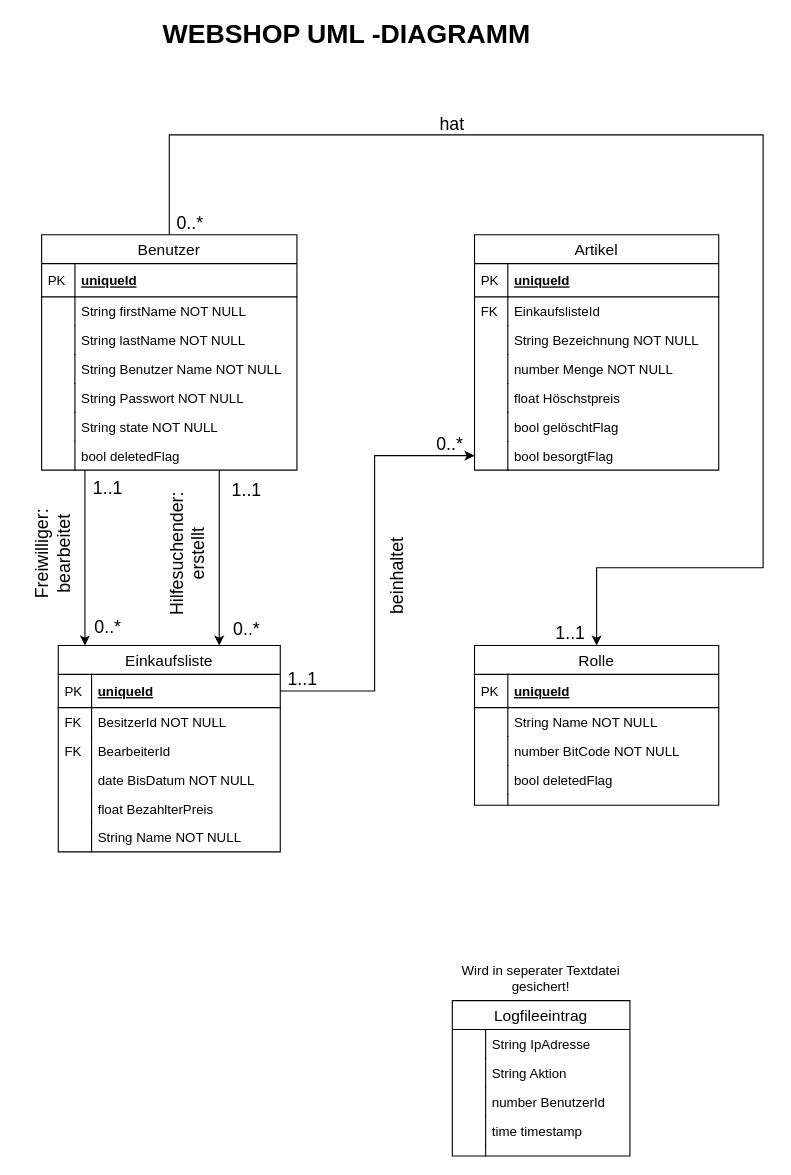
Earlier version of the draw.io diagram doc/UML-Diagramm SCRWebshop.drawio (gotome/webshop). Source tidied: cells renumbered, new cells numbered last; positions are measured from the earlier drawing's top-left corner, leaving out a move shared by most shapes. Both pictures are drawn from the tidied source at 111%, with x=0, y=0 at pixel (19, 23).
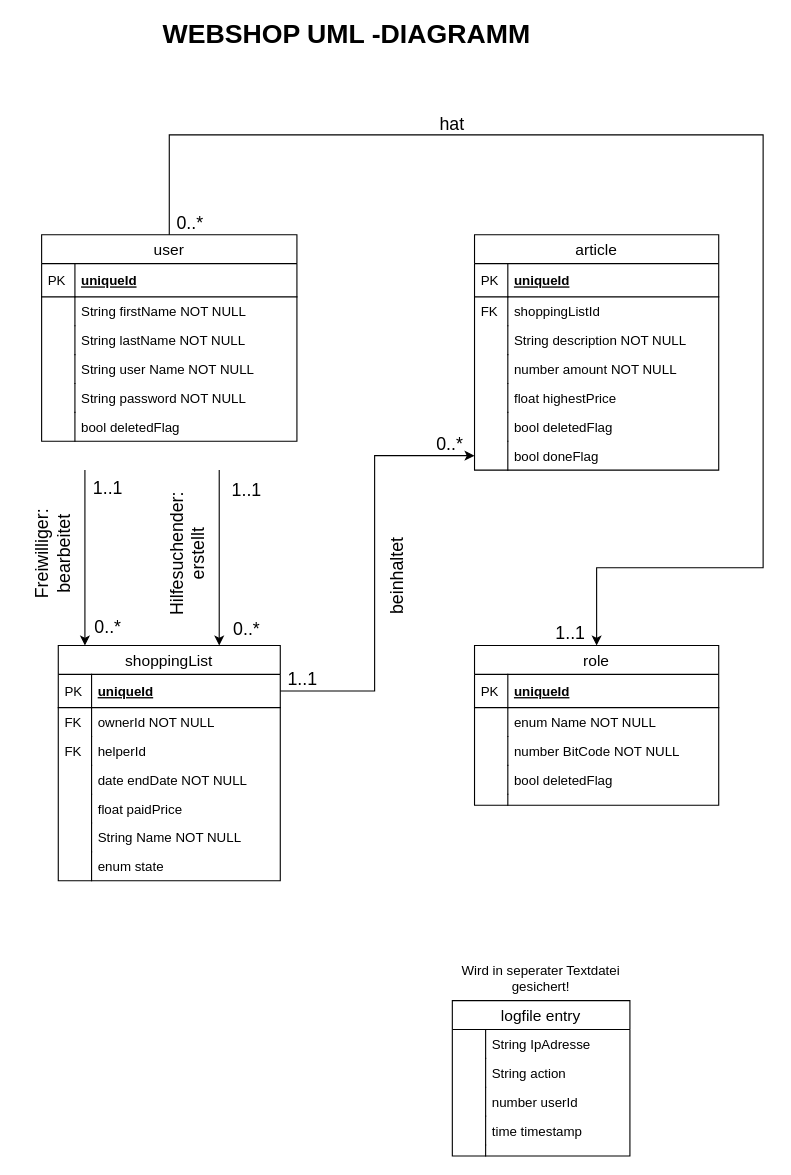
Above is the later version.

What changed in the source:
```diff
@@
-    <mxCell id="4" value="Logfileeintrag" style="swimlane;fontStyle=0;horizontal=1;startSize=26;align=center;fontSize=14;" parent="1" vertex="1">
+    <mxCell id="4" value="logfile entry" style="swimlane;fontStyle=0;horizontal=1;startSize=26;align=center;fontSize=14;" parent="1" vertex="1">
       <mxGeometry x="390" y="880" width="160" height="140" as="geometry" />
     </mxCell>
@@
-    <mxCell id="7" value="String Aktion" style="shape=partialRectangle;top=0;left=0;right=0;bottom=0;align=left;verticalAlign=top;fillColor=none;spacingLeft=34;spacingRight=4;overflow=hidden;fontSize=12;" parent="4" vertex="1">
+    <mxCell id="7" value="String action" style="shape=partialRectangle;top=0;left=0;right=0;bottom=0;align=left;verticalAlign=top;fillColor=none;spacingLeft=34;spacingRight=4;overflow=hidden;fontSize=12;" parent="4" vertex="1">
       <mxGeometry y="52" width="160" height="26" as="geometry" />
     </mxCell>
@@
-    <mxCell id="9" value="number BenutzerId" style="shape=partialRectangle;top=0;left=0;right=0;bottom=0;align=left;verticalAlign=top;fillColor=none;spacingLeft=34;spacingRight=4;overflow=hidden;fontSize=12;" parent="4" vertex="1">
+    <mxCell id="9" value="number userId" style="shape=partialRectangle;top=0;left=0;right=0;bottom=0;align=left;verticalAlign=top;fillColor=none;spacingLeft=34;spacingRight=4;overflow=hidden;fontSize=12;" parent="4" vertex="1">
       <mxGeometry y="78" width="160" height="26" as="geometry" />
     </mxCell>
@@
-    <mxCell id="15" value="Benutzer" style="swimlane;fontStyle=0;horizontal=1;startSize=26;align=center;fontSize=14;" parent="1" vertex="1">
-      <mxGeometry x="20" y="190" width="230" height="212" as="geometry" />
+    <mxCell id="15" value="user" style="swimlane;fontStyle=0;horizontal=1;startSize=26;align=center;fontSize=14;" parent="1" vertex="1">
+      <mxGeometry x="20" y="190" width="230" height="186" as="geometry" />
     </mxCell>
@@
-    <mxCell id="22" value="String Benutzer Name NOT NULL" style="shape=partialRectangle;top=0;left=0;right=0;bottom=0;align=left;verticalAlign=top;fillColor=none;spacingLeft=34;spacingRight=4;overflow=hidden;fontSize=12;" parent="15" vertex="1">
+    <mxCell id="22" value="String user Name NOT NULL" style="shape=partialRectangle;top=0;left=0;right=0;bottom=0;align=left;verticalAlign=top;fillColor=none;spacingLeft=34;spacingRight=4;overflow=hidden;fontSize=12;" parent="15" vertex="1">
       <mxGeometry y="108" width="230" height="26" as="geometry" />
     </mxCell>
@@
-    <mxCell id="24" value="String Passwort NOT NULL" style="shape=partialRectangle;top=0;left=0;right=0;bottom=0;align=left;verticalAlign=top;fillColor=none;spacingLeft=34;spacingRight=4;overflow=hidden;fontSize=12;" parent="15" vertex="1">
+    <mxCell id="24" value="String password NOT NULL" style="shape=partialRectangle;top=0;left=0;right=0;bottom=0;align=left;verticalAlign=top;fillColor=none;spacingLeft=34;spacingRight=4;overflow=hidden;fontSize=12;" parent="15" vertex="1">
       <mxGeometry y="134" width="230" height="26" as="geometry" />
     </mxCell>
@@
-    <mxCell id="26" value="String state NOT NULL" style="shape=partialRectangle;top=0;left=0;right=0;bottom=0;align=left;verticalAlign=top;fillColor=none;spacingLeft=34;spacingRight=4;overflow=hidden;fontSize=12;" parent="15" vertex="1">
-      <mxGeometry y="160" width="230" height="26" as="geometry" />
-    </mxCell>
-    <mxCell id="27" style="shape=partialRectangle;top=0;left=0;bottom=0;fillColor=none;align=left;verticalAlign=top;spacingLeft=4;spacingRight=4;overflow=hidden;fontSize=12;" parent="26" vertex="1">
-      <mxGeometry width="30" height="26" as="geometry" />
-    </mxCell>
     <mxCell id="28" value="bool deletedFlag" style="shape=partialRectangle;top=0;left=0;right=0;bottom=0;align=left;verticalAlign=top;fillColor=none;spacingLeft=34;spacingRight=4;overflow=hidden;fontSize=12;" parent="15" vertex="1">
-      <mxGeometry y="186" width="230" height="26" as="geometry" />
+      <mxGeometry y="160" width="230" height="26" as="geometry" />
     </mxCell>
@@
-    <mxCell id="30" value="Artikel" style="swimlane;fontStyle=0;horizontal=1;startSize=26;align=center;fontSize=14;" parent="1" vertex="1">
+    <mxCell id="30" value="article" style="swimlane;fontStyle=0;horizontal=1;startSize=26;align=center;fontSize=14;" parent="1" vertex="1">
       <mxGeometry x="410" y="190" width="220" height="212" as="geometry" />
     </mxCell>
@@
-    <mxCell id="33" value="EinkaufslisteId" style="shape=partialRectangle;top=0;left=0;right=0;bottom=0;align=left;verticalAlign=top;fillColor=none;spacingLeft=34;spacingRight=4;overflow=hidden;fontSize=12;" parent="30" vertex="1">
+    <mxCell id="33" value="shoppingListId" style="shape=partialRectangle;top=0;left=0;right=0;bottom=0;align=left;verticalAlign=top;fillColor=none;spacingLeft=34;spacingRight=4;overflow=hidden;fontSize=12;" parent="30" vertex="1">
       <mxGeometry y="56" width="220" height="26" as="geometry" />
     </mxCell>
@@
-    <mxCell id="35" value="String Bezeichnung NOT NULL" style="shape=partialRectangle;top=0;left=0;right=0;bottom=0;align=left;verticalAlign=top;fillColor=none;spacingLeft=34;spacingRight=4;overflow=hidden;fontSize=12;" parent="30" vertex="1">
+    <mxCell id="35" value="String description NOT NULL" style="shape=partialRectangle;top=0;left=0;right=0;bottom=0;align=left;verticalAlign=top;fillColor=none;spacingLeft=34;spacingRight=4;overflow=hidden;fontSize=12;" parent="30" vertex="1">
       <mxGeometry y="82" width="220" height="26" as="geometry" />
     </mxCell>
@@
-    <mxCell id="37" value="number Menge NOT NULL" style="shape=partialRectangle;top=0;left=0;right=0;bottom=0;align=left;verticalAlign=top;fillColor=none;spacingLeft=34;spacingRight=4;overflow=hidden;fontSize=12;" parent="30" vertex="1">
+    <mxCell id="37" value="number amount NOT NULL" style="shape=partialRectangle;top=0;left=0;right=0;bottom=0;align=left;verticalAlign=top;fillColor=none;spacingLeft=34;spacingRight=4;overflow=hidden;fontSize=12;" parent="30" vertex="1">
       <mxGeometry y="108" width="220" height="26" as="geometry" />
     </mxCell>
@@
-    <mxCell id="39" value="float Höschstpreis" style="shape=partialRectangle;top=0;left=0;right=0;bottom=0;align=left;verticalAlign=top;fillColor=none;spacingLeft=34;spacingRight=4;overflow=hidden;fontSize=12;" parent="30" vertex="1">
+    <mxCell id="39" value="float highestPrice" style="shape=partialRectangle;top=0;left=0;right=0;bottom=0;align=left;verticalAlign=top;fillColor=none;spacingLeft=34;spacingRight=4;overflow=hidden;fontSize=12;" parent="30" vertex="1">
       <mxGeometry y="134" width="220" height="26" as="geometry" />
     </mxCell>
@@
-    <mxCell id="41" value="bool gelöschtFlag" style="shape=partialRectangle;top=0;left=0;right=0;bottom=0;align=left;verticalAlign=top;fillColor=none;spacingLeft=34;spacingRight=4;overflow=hidden;fontSize=12;" parent="30" vertex="1">
+    <mxCell id="41" value="bool deletedFlag" style="shape=partialRectangle;top=0;left=0;right=0;bottom=0;align=left;verticalAlign=top;fillColor=none;spacingLeft=34;spacingRight=4;overflow=hidden;fontSize=12;" parent="30" vertex="1">
       <mxGeometry y="160" width="220" height="26" as="geometry" />
     </mxCell>
@@
-    <mxCell id="43" value="bool besorgtFlag" style="shape=partialRectangle;top=0;left=0;right=0;bottom=0;align=left;verticalAlign=top;fillColor=none;spacingLeft=34;spacingRight=4;overflow=hidden;points=[[0,0.5],[1,0.5]];portConstraint=eastwest;fontSize=12;" parent="30" vertex="1">
+    <mxCell id="43" value="bool doneFlag" style="shape=partialRectangle;top=0;left=0;right=0;bottom=0;align=left;verticalAlign=top;fillColor=none;spacingLeft=34;spacingRight=4;overflow=hidden;points=[[0,0.5],[1,0.5]];portConstraint=eastwest;fontSize=12;" parent="30" vertex="1">
       <mxGeometry y="186" width="220" height="26" as="geometry" />
     </mxCell>
@@
-    <mxCell id="45" value="Rolle" style="swimlane;fontStyle=0;horizontal=1;startSize=26;align=center;fontSize=14;" parent="1" vertex="1">
+    <mxCell id="45" value="role" style="swimlane;fontStyle=0;horizontal=1;startSize=26;align=center;fontSize=14;" parent="1" vertex="1">
       <mxGeometry x="410" y="560" width="220" height="144" as="geometry" />
     </mxCell>
@@
-    <mxCell id="48" value="String Name NOT NULL " style="shape=partialRectangle;top=0;left=0;right=0;bottom=0;align=left;verticalAlign=top;fillColor=none;spacingLeft=34;spacingRight=4;overflow=hidden;fontSize=12;" parent="45" vertex="1">
+    <mxCell id="48" value="enum Name NOT NULL " style="shape=partialRectangle;top=0;left=0;right=0;bottom=0;align=left;verticalAlign=top;fillColor=none;spacingLeft=34;spacingRight=4;overflow=hidden;fontSize=12;" parent="45" vertex="1">
       <mxGeometry y="56" width="220" height="26" as="geometry" />
     </mxCell>
@@
-    <mxCell id="57" value="Einkaufsliste" style="swimlane;fontStyle=0;horizontal=1;startSize=26;align=center;fontSize=14;" parent="1" vertex="1">
-      <mxGeometry x="35" y="560" width="200" height="186" as="geometry" />
+    <mxCell id="57" value="shoppingList" style="swimlane;fontStyle=0;horizontal=1;startSize=26;align=center;fontSize=14;" parent="1" vertex="1">
+      <mxGeometry x="35" y="560" width="200" height="212" as="geometry" />
     </mxCell>
@@
-    <mxCell id="60" value="BesitzerId NOT NULL" style="shape=partialRectangle;top=0;left=0;right=0;bottom=0;align=left;verticalAlign=top;fillColor=none;spacingLeft=34;spacingRight=4;overflow=hidden;fontSize=12;" parent="57" vertex="1">
+    <mxCell id="60" value="ownerId NOT NULL" style="shape=partialRectangle;top=0;left=0;right=0;bottom=0;align=left;verticalAlign=top;fillColor=none;spacingLeft=34;spacingRight=4;overflow=hidden;fontSize=12;" parent="57" vertex="1">
       <mxGeometry y="56" width="200" height="26" as="geometry" />
     </mxCell>
@@
-    <mxCell id="62" value="BearbeiterId" style="shape=partialRectangle;top=0;left=0;right=0;bottom=0;align=left;verticalAlign=top;fillColor=none;spacingLeft=34;spacingRight=4;overflow=hidden;fontSize=12;" parent="57" vertex="1">
+    <mxCell id="62" value="helperId" style="shape=partialRectangle;top=0;left=0;right=0;bottom=0;align=left;verticalAlign=top;fillColor=none;spacingLeft=34;spacingRight=4;overflow=hidden;fontSize=12;" parent="57" vertex="1">
       <mxGeometry y="82" width="200" height="26" as="geometry" />
     </mxCell>
@@
-    <mxCell id="64" value="date BisDatum NOT NULL " style="shape=partialRectangle;top=0;left=0;right=0;bottom=0;align=left;verticalAlign=top;fillColor=none;spacingLeft=34;spacingRight=4;overflow=hidden;fontSize=12;" parent="57" vertex="1">
+    <mxCell id="64" value="date endDate NOT NULL " style="shape=partialRectangle;top=0;left=0;right=0;bottom=0;align=left;verticalAlign=top;fillColor=none;spacingLeft=34;spacingRight=4;overflow=hidden;fontSize=12;" parent="57" vertex="1">
       <mxGeometry y="108" width="200" height="26" as="geometry" />
     </mxCell>
@@
-    <mxCell id="66" value="float BezahlterPreis" style="shape=partialRectangle;top=0;left=0;right=0;bottom=0;align=left;verticalAlign=top;fillColor=none;spacingLeft=34;spacingRight=4;overflow=hidden;fontSize=12;" parent="57" vertex="1">
+    <mxCell id="66" value="float paidPrice" style="shape=partialRectangle;top=0;left=0;right=0;bottom=0;align=left;verticalAlign=top;fillColor=none;spacingLeft=34;spacingRight=4;overflow=hidden;fontSize=12;" parent="57" vertex="1">
       <mxGeometry y="134" width="200" height="26" as="geometry" />
     </mxCell>
@@
+    <mxCell id="85" value="enum state" style="shape=partialRectangle;top=0;left=0;right=0;bottom=0;align=left;verticalAlign=top;fillColor=none;spacingLeft=34;spacingRight=4;overflow=hidden;fontSize=12;" parent="57" vertex="1">
+      <mxGeometry y="186" width="200" height="26" as="geometry" />
+    </mxCell>
+    <mxCell id="27" style="shape=partialRectangle;top=0;left=0;bottom=0;fillColor=none;align=left;verticalAlign=top;spacingLeft=4;spacingRight=4;overflow=hidden;fontSize=12;" parent="85" vertex="1">
+      <mxGeometry width="30" height="26" as="geometry" />
+    </mxCell>
```
